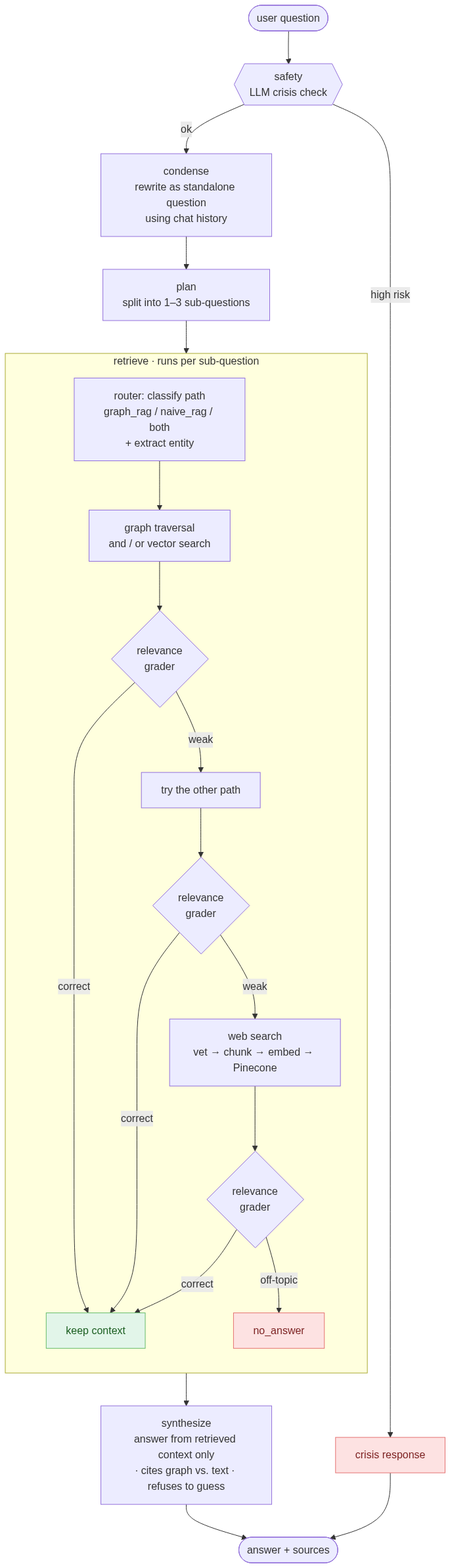
This is assets/pipeline.png from dimitrichakma/mental-health-chatbot, a Mermaid export, as it was before one commit. Its source is kept beside it as assets/pipeline.mmd. The source it was exported from:
```mermaid
flowchart TD
    Q([user question]) --> SAFE{{safety<br/>LLM crisis check}}
    SAFE -->|high risk| CRISIS[crisis response]:::stop
    SAFE -->|ok| COND[condense<br/>rewrite as standalone question<br/>using chat history]
    COND --> PLAN[plan<br/>split into 1–3 sub-questions]
    PLAN --> RET

    subgraph RET [retrieve · runs per sub-question]
        direction TB
        CLS[router: classify path<br/>graph_rag / naive_rag / both<br/>+ extract entity] --> R1[graph traversal<br/>and / or vector search]
        R1 --> GR1{relevance<br/>grader}
        GR1 -->|correct| KEEP[keep context]:::ok
        GR1 -->|weak| ALT[try the other path]
        ALT --> GR2{relevance<br/>grader}
        GR2 -->|correct| KEEP
        GR2 -->|weak| WEB[web search<br/>vet → chunk → embed → Pinecone]
        WEB --> GR3{relevance<br/>grader}
        GR3 -->|correct| KEEP
        GR3 -->|off-topic| NA[no_answer]:::stop
    end

    RET --> SYN[synthesize<br/>answer from retrieved context only<br/>· cites graph vs. text · refuses to guess]
    SYN --> A([answer + sources])
    CRISIS --> A

    classDef stop fill:#fde2e2,stroke:#e57373,color:#7a1f1f;
    classDef ok fill:#e2f5e9,stroke:#66bb6a,color:#1b5e20;
```
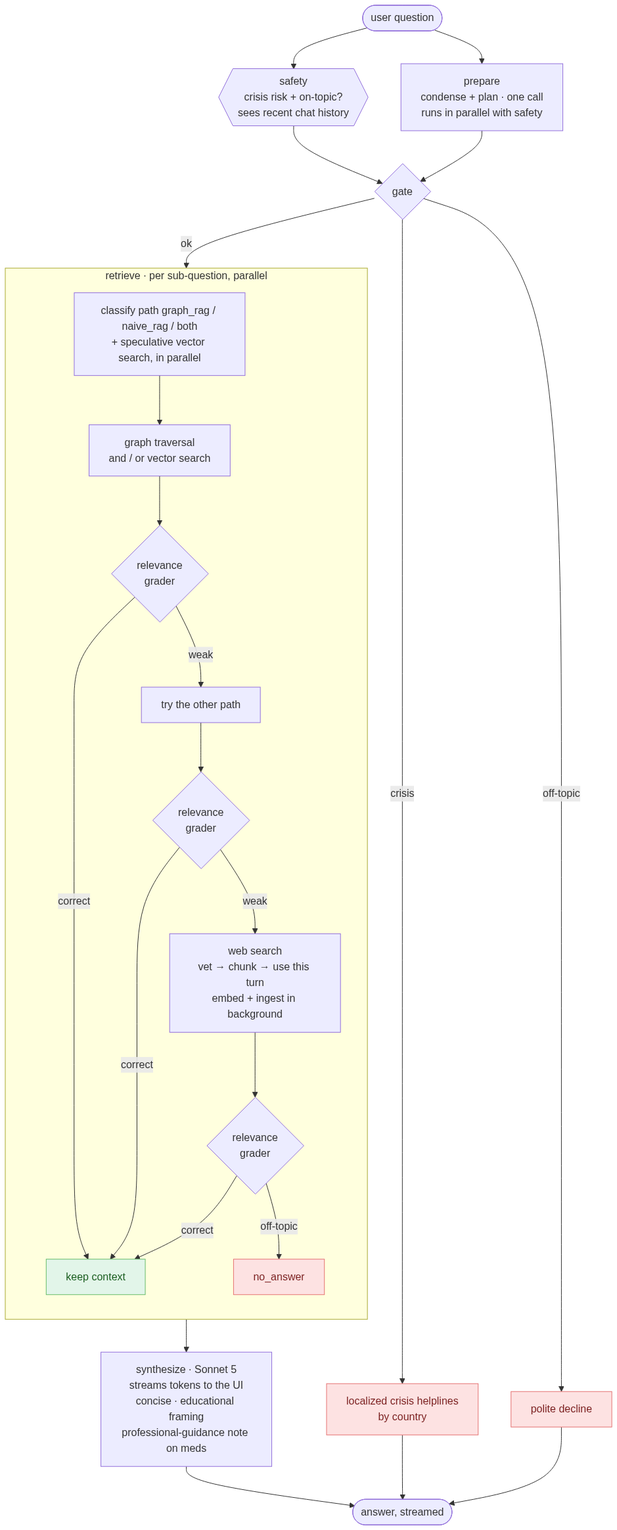
After the commit.

Commit message:
regenerate agent_graph.png and pipeline.png for the current architecture

Reflects: parallel safety + prepare (condense+plan merged) joined at gate,
crisis/off-topic split, speculative classify+vector retrieval, backgrounded
web-fallback ingestion, streamed synthesis with the concise/educational/
professional-guidance framing.

Claude-Session: https://claude.ai/code/session_01Rw3rVnLbSmgmH5EQ5gdcJZ

Diff of the diagram source:
```diff
@@ -1,27 +1,30 @@
 flowchart TD
-    Q([user question]) --> SAFE{{safety<br/>LLM crisis check}}
-    SAFE -->|high risk| CRISIS[crisis response]:::stop
-    SAFE -->|ok| COND[condense<br/>rewrite as standalone question<br/>using chat history]
-    COND --> PLAN[plan<br/>split into 1–3 sub-questions]
-    PLAN --> RET
+    Q([user question]) --> SAFE{{safety<br/>crisis risk + on-topic?<br/>sees recent chat history}}
+    Q --> PREP[prepare<br/>condense + plan · one call<br/>runs in parallel with safety]
+    SAFE --> GATE{gate}
+    PREP --> GATE
+    GATE -->|crisis| CRISIS[localized crisis helplines<br/>by country]:::stop
+    GATE -->|off-topic| REFUSE[polite decline]:::stop
+    GATE -->|ok| RET
 
-    subgraph RET [retrieve · runs per sub-question]
+    subgraph RET [retrieve · per sub-question, parallel]
         direction TB
-        CLS[router: classify path<br/>graph_rag / naive_rag / both<br/>+ extract entity] --> R1[graph traversal<br/>and / or vector search]
+        SPEC[classify path graph_rag / naive_rag / both<br/>+ speculative vector search, in parallel] --> R1[graph traversal<br/>and / or vector search]
         R1 --> GR1{relevance<br/>grader}
         GR1 -->|correct| KEEP[keep context]:::ok
         GR1 -->|weak| ALT[try the other path]
         ALT --> GR2{relevance<br/>grader}
         GR2 -->|correct| KEEP
-        GR2 -->|weak| WEB[web search<br/>vet → chunk → embed → Pinecone]
+        GR2 -->|weak| WEB[web search<br/>vet → chunk → use this turn<br/>embed + ingest in background]
         WEB --> GR3{relevance<br/>grader}
         GR3 -->|correct| KEEP
         GR3 -->|off-topic| NA[no_answer]:::stop
     end
 
-    RET --> SYN[synthesize<br/>answer from retrieved context only<br/>· cites graph vs. text · refuses to guess]
-    SYN --> A([answer + sources])
+    RET --> SYN[synthesize · Sonnet 5<br/>streams tokens to the UI<br/>concise · educational framing<br/>professional-guidance note on meds]
+    SYN --> A([answer, streamed])
     CRISIS --> A
+    REFUSE --> A
 
     classDef stop fill:#fde2e2,stroke:#e57373,color:#7a1f1f;
     classDef ok fill:#e2f5e9,stroke:#66bb6a,color:#1b5e20;
```
